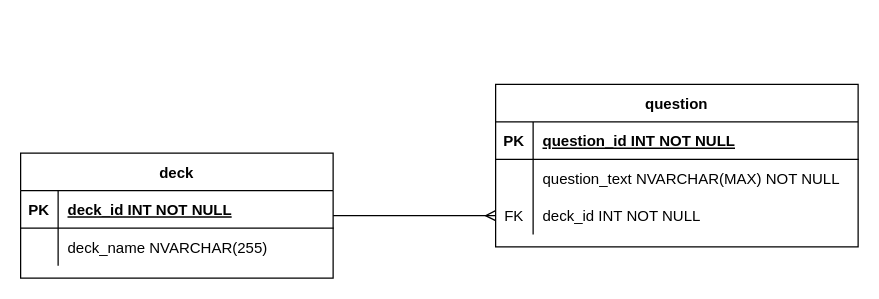
This is server/database/AIInterviewPrepDB.drawio from KVinyl/ai-interview-prep, a draw.io file, before an edit. Source tidied: cells renumbered, new cells numbered last; positions are measured from the earlier drawing's top-left corner, leaving out a move shared by most shapes. Both pictures are drawn from the tidied source at 125%, with x=0, y=0 at pixel (20, 84).
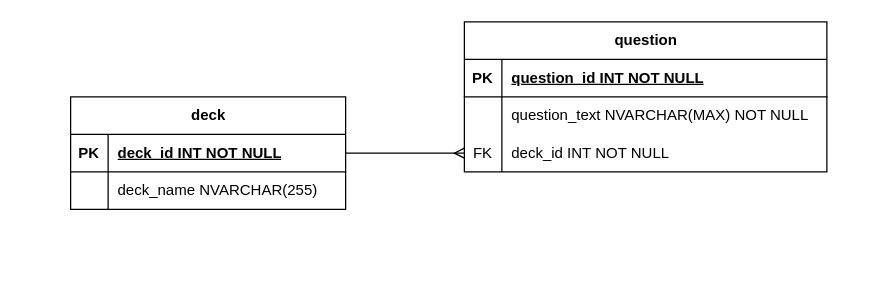
After the change.

Diff of the diagram source:
```diff
@@
 <mxGraphModel>
   <root>
     <mxCell id="0" />
     <mxCell id="1" parent="0" />
-    <mxCell id="2" style="edgeStyle=orthogonalEdgeStyle;rounded=0;jettySize=auto;html=1;exitX=1;exitY=0.5;exitDx=0;exitDy=0;endArrow=ERmany;endFill=0;" parent="1" edge="1" source="3" target="17">
-      <mxGeometry relative="1" as="geometry" />
-    </mxCell>
-    <mxCell id="3" value="deck" style="shape=table;startSize=30;childLayout=tableLayout;rowLines=0;fontStyle=1;align=center;" parent="1" vertex="1">
-      <mxGeometry y="55" width="250" height="100" as="geometry" />
+    <mxCell id="3" value="deck" style="shape=table;startSize=30;childLayout=tableLayout;rowLines=0;fontStyle=1;align=center;html=1;" parent="1" vertex="1">
+      <mxGeometry x="40" y="10" width="220" height="90" as="geometry" />
     </mxCell>
-    <mxCell id="4" style="shape=partialRectangle;fillColor=none;top=0;left=0;right=0;bottom=1;" parent="3" vertex="1">
-      <mxGeometry y="30" width="250" height="30" as="geometry" />
-    </mxCell>
-    <mxCell id="5" value="PK" style="shape=partialRectangle;overflow=hidden;fillColor=none;top=0;left=0;bottom=0;right=0;fontStyle=1;" parent="4" vertex="1">
-      <mxGeometry width="30" height="30" as="geometry" />
-    </mxCell>
-    <mxCell id="6" value="deck_id INT NOT NULL " style="shape=partialRectangle;overflow=hidden;fillColor=none;top=0;left=0;bottom=0;right=0;align=left;spacingLeft=6;fontStyle=5;" parent="4" vertex="1">
-      <mxGeometry x="30" width="220" height="30" as="geometry" />
-    </mxCell>
-    <mxCell id="7" style="shape=partialRectangle;fillColor=none;top=0;left=0;right=0;bottom=0;" parent="3" vertex="1">
-      <mxGeometry y="60" width="250" height="30" as="geometry" />
-    </mxCell>
-    <mxCell id="8" style="shape=partialRectangle;overflow=hidden;fillColor=none;top=0;left=0;bottom=0;right=0;" parent="7" vertex="1">
-      <mxGeometry width="30" height="30" as="geometry" />
-    </mxCell>
+    <mxCell id="20" style="shape=tableRow;horizontal=0;startSize=0;swimlaneHead=0;swimlaneBody=0;fillColor=none;points=[[0,0.5],[1,0.5]];portConstraint=eastwest;top=0;left=0;right=0;bottom=1;" parent="3" vertex="1">
+      <mxGeometry y="30" width="220" height="30" as="geometry" />
+    </mxCell>
+    <mxCell id="21" value="PK" style="shape=partialRectangle;fillColor=none;top=0;left=0;bottom=0;right=0;fontStyle=1;overflow=hidden;whiteSpace=wrap;html=1;" parent="20" vertex="1">
+      <mxGeometry width="30" height="30" as="geometry" />
+    </mxCell>
+    <mxCell id="22" value="deck_id INT NOT NULL" style="shape=partialRectangle;fillColor=none;top=0;left=0;bottom=0;right=0;align=left;spacingLeft=6;fontStyle=5;overflow=hidden;whiteSpace=wrap;html=1;" parent="20" vertex="1">
+      <mxGeometry x="30" width="190" height="30" as="geometry" />
+    </mxCell>
+    <mxCell id="23" style="shape=tableRow;horizontal=0;startSize=0;swimlaneHead=0;swimlaneBody=0;fillColor=none;top=0;left=0;right=0;bottom=0;" parent="3" vertex="1">
+      <mxGeometry y="60" width="220" height="30" as="geometry" />
+    </mxCell>
+    <mxCell id="24" style="shape=partialRectangle;fillColor=none;top=0;left=0;bottom=0;right=0;overflow=hidden;whiteSpace=wrap;html=1;" parent="23" vertex="1">
+      <mxGeometry width="30" height="30" as="geometry" />
+    </mxCell>
-    <mxCell id="9" value="deck_name NVARCHAR(255)" style="shape=partialRectangle;overflow=hidden;fillColor=none;top=0;left=0;bottom=0;right=0;align=left;spacingLeft=6;" parent="7" vertex="1">
-      <mxGeometry x="30" width="220" height="30" as="geometry" />
+    <mxCell id="9" value="deck_name NVARCHAR(255)" style="shape=partialRectangle;fillColor=none;top=0;left=0;bottom=0;right=0;align=left;spacingLeft=6;overflow=hidden;whiteSpace=wrap;html=1;" parent="23" vertex="1">
+      <mxGeometry x="30" width="190" height="30" as="geometry" />
     </mxCell>
-    <mxCell id="10" value="question" style="shape=table;startSize=30;childLayout=tableLayout;rowLines=0;fontStyle=1;align=center;" parent="1" vertex="1">
-      <mxGeometry x="380" width="290" height="130" as="geometry" />
+    <mxCell id="10" value="question" style="shape=table;startSize=30;childLayout=tableLayout;rowLines=0;fontStyle=1;align=center;html=1;" parent="1" vertex="1">
+      <mxGeometry x="355" y="-50" width="290" height="120" as="geometry" />
     </mxCell>
-    <mxCell id="11" style="shape=partialRectangle;fillColor=none;top=0;left=0;right=0;bottom=1;" parent="10" vertex="1">
-      <mxGeometry y="30" width="290" height="30" as="geometry" />
-    </mxCell>
-    <mxCell id="12" value="PK" style="shape=partialRectangle;overflow=hidden;fillColor=none;top=0;left=0;bottom=0;right=0;fontStyle=1;" parent="11" vertex="1">
-      <mxGeometry width="30" height="30" as="geometry" />
-    </mxCell>
+    <mxCell id="25" style="shape=tableRow;horizontal=0;startSize=0;swimlaneHead=0;swimlaneBody=0;fillColor=none;top=0;left=0;right=0;bottom=1;" parent="10" vertex="1">
+      <mxGeometry y="30" width="290" height="30" as="geometry" />
+    </mxCell>
+    <mxCell id="26" value="PK" style="shape=partialRectangle;fillColor=none;top=0;left=0;bottom=0;right=0;fontStyle=1;overflow=hidden;whiteSpace=wrap;html=1;" parent="25" vertex="1">
+      <mxGeometry width="30" height="30" as="geometry" />
+    </mxCell>
-    <mxCell id="13" value="question_id INT NOT NULL " style="shape=partialRectangle;overflow=hidden;fillColor=none;top=0;left=0;bottom=0;right=0;align=left;spacingLeft=6;fontStyle=5;" parent="11" vertex="1">
+    <mxCell id="13" value="question_id INT NOT NULL" style="shape=partialRectangle;fillColor=none;top=0;left=0;bottom=0;right=0;align=left;spacingLeft=6;fontStyle=5;overflow=hidden;whiteSpace=wrap;html=1;" parent="25" vertex="1">
       <mxGeometry x="30" width="260" height="30" as="geometry" />
     </mxCell>
-    <mxCell id="14" style="shape=partialRectangle;fillColor=none;top=0;left=0;right=0;bottom=0;" parent="10" vertex="1">
-      <mxGeometry y="60" width="290" height="30" as="geometry" />
-    </mxCell>
-    <mxCell id="15" style="shape=partialRectangle;overflow=hidden;fillColor=none;top=0;left=0;bottom=0;right=0;" parent="14" vertex="1">
-      <mxGeometry width="30" height="30" as="geometry" />
-    </mxCell>
+    <mxCell id="27" style="shape=tableRow;horizontal=0;startSize=0;swimlaneHead=0;swimlaneBody=0;fillColor=none;top=0;left=0;right=0;bottom=0;" parent="10" vertex="1">
+      <mxGeometry y="60" width="290" height="30" as="geometry" />
+    </mxCell>
+    <mxCell id="28" style="shape=partialRectangle;fillColor=none;top=0;left=0;bottom=0;right=0;overflow=hidden;whiteSpace=wrap;html=1;" parent="27" vertex="1">
+      <mxGeometry width="30" height="30" as="geometry" />
+    </mxCell>
-    <mxCell id="16" value="question_text NVARCHAR(MAX) NOT NULL" style="shape=partialRectangle;overflow=hidden;fillColor=none;top=0;left=0;bottom=0;right=0;align=left;spacingLeft=6;" parent="14" vertex="1">
+    <mxCell id="16" value="question_text NVARCHAR(MAX) NOT NULL" style="shape=partialRectangle;fillColor=none;top=0;left=0;bottom=0;right=0;align=left;spacingLeft=6;overflow=hidden;whiteSpace=wrap;html=1;" parent="27" vertex="1">
       <mxGeometry x="30" width="260" height="30" as="geometry" />
     </mxCell>
-    <mxCell id="17" style="shape=partialRectangle;fillColor=none;points=[[0,0.5],[1,0.5]];portConstraint=eastwest;top=0;left=0;right=0;bottom=0;" parent="10" vertex="1">
-      <mxGeometry y="90" width="290" height="30" as="geometry" />
-    </mxCell>
+    <mxCell id="29" style="shape=tableRow;horizontal=0;startSize=0;swimlaneHead=0;swimlaneBody=0;fillColor=none;points=[[0,0.5],[1,0.5]];portConstraint=eastwest;top=0;left=0;right=0;bottom=0;" parent="10" vertex="1">
+      <mxGeometry y="90" width="290" height="30" as="geometry" />
+    </mxCell>
-    <mxCell id="18" value="FK" style="shape=partialRectangle;overflow=hidden;fillColor=none;top=0;left=0;bottom=0;right=0;" parent="17" vertex="1">
+    <mxCell id="18" value="FK" style="shape=partialRectangle;fillColor=none;top=0;left=0;bottom=0;right=0;overflow=hidden;whiteSpace=wrap;html=1;" parent="29" vertex="1">
       <mxGeometry width="30" height="30" as="geometry" />
     </mxCell>
-    <mxCell id="19" value="deck_id INT NOT NULL" style="shape=partialRectangle;overflow=hidden;fillColor=none;top=0;left=0;bottom=0;right=0;align=left;spacingLeft=6;" parent="17" vertex="1">
-      <mxGeometry x="30" width="260" height="30" as="geometry" />
-    </mxCell>
+    <mxCell id="30" value="deck_id INT NOT NULL" style="shape=partialRectangle;fillColor=none;top=0;left=0;bottom=0;right=0;align=left;spacingLeft=6;overflow=hidden;whiteSpace=wrap;html=1;" parent="29" vertex="1">
+      <mxGeometry x="30" width="260" height="30" as="geometry" />
+    </mxCell>
+    <mxCell id="31" style="edgeStyle=orthogonalEdgeStyle;rounded=0;jettySize=auto;html=1;exitX=1;exitY=0.5;exitDx=0;exitDy=0;entryX=0;entryY=0.5;entryDx=0;entryDy=0;endArrow=ERmany;endFill=0;" parent="1" edge="1" source="20" target="29">
+      <mxGeometry relative="1" as="geometry" />
+    </mxCell>
   </root>
 </mxGraphModel>
```
